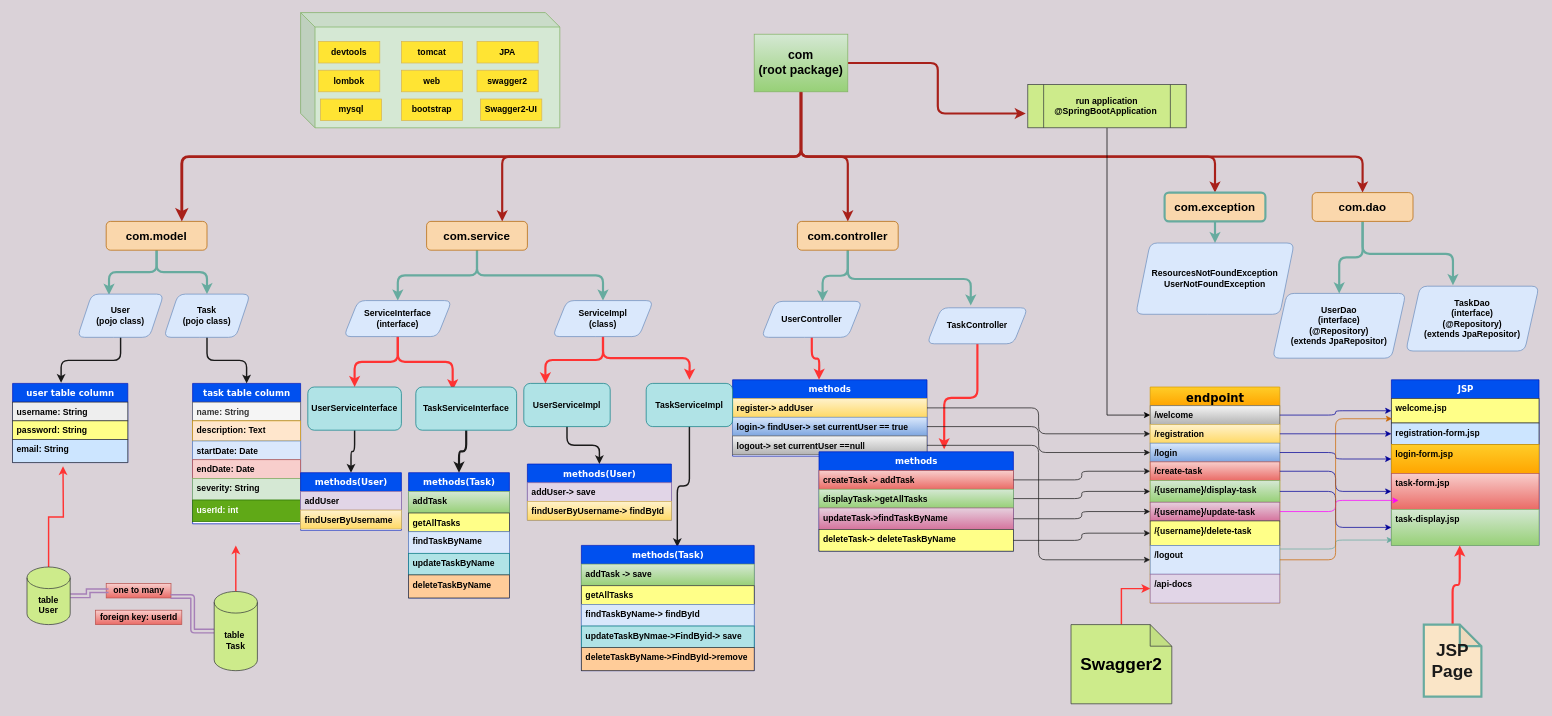
Before: Untitled Diagram.drawio in chefvivica/all-charts-repo, a draw.io diagram. Source tidied: cells renumbered, new cells numbered last; positions are measured from the earlier drawing's top-left corner, leaving out a move shared by most shapes. Both pictures are drawn from the tidied source at 72%, with x=0, y=0 at pixel (12, 12).
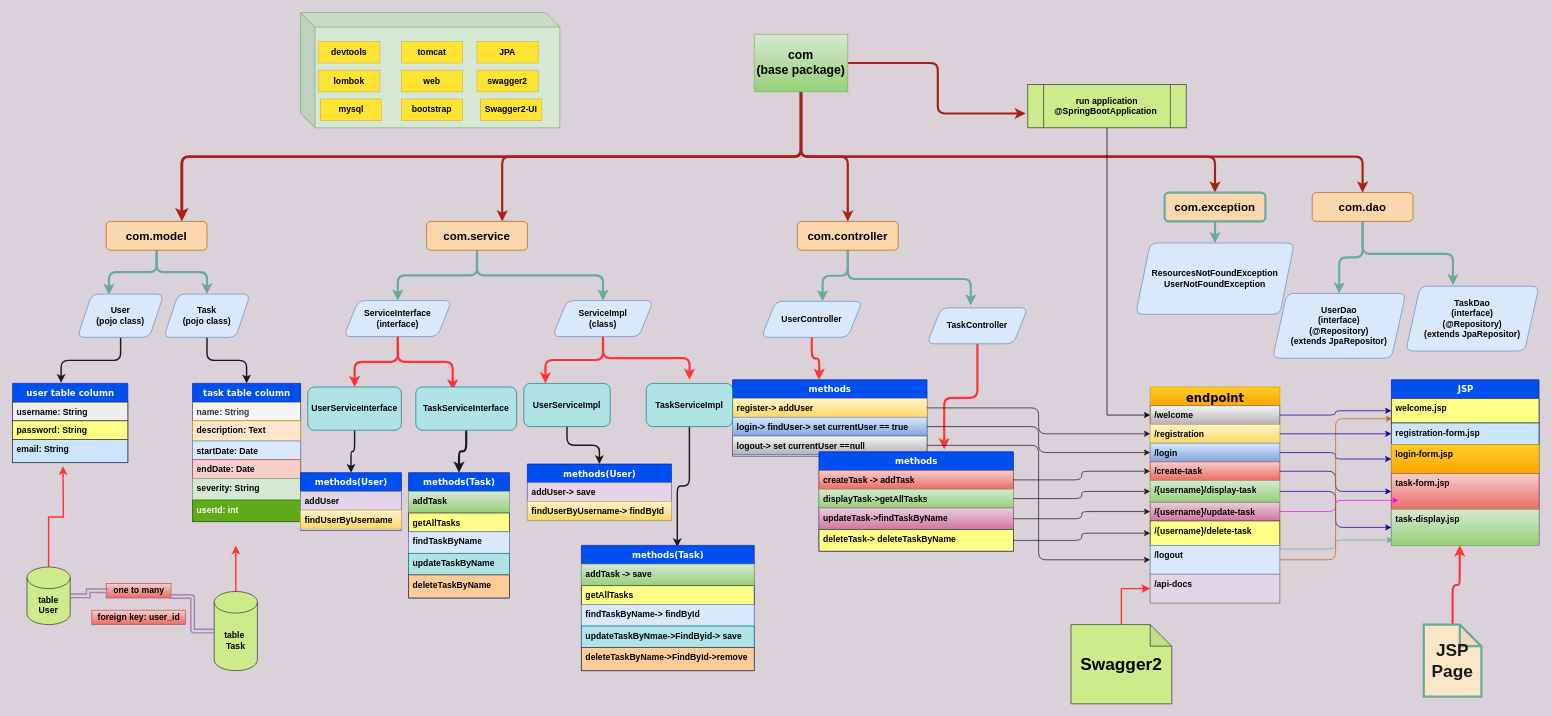
After the change.

What changed in the source:
```diff
@@
     <mxCell id="17" value="task table column" style="swimlane;html=1;fontStyle=1;align=center;verticalAlign=top;horizontal=1;startSize=26;swimlaneFillColor=#ffffff;rounded=0;shadow=0;comic=0;labelBackgroundColor=none;strokeWidth=1;fillColor=#0050ef;fontFamily=Verdana;fontSize=12;strokeColor=#001DBC;fontColor=#ffffff;" parent="1" vertex="1">
-      <mxGeometry x="250" y="515" width="150" height="195" as="geometry" />
+      <mxGeometry x="250" y="515" width="150" height="192" as="geometry" />
     </mxCell>
@@
-    <mxCell id="33" value="&lt;span&gt;&lt;font style=&quot;font-size: 17px&quot;&gt;com&lt;br&gt;(root package)&lt;br&gt;&lt;/font&gt;&lt;/span&gt;" style="whiteSpace=wrap;html=1;rounded=0;sketch=0;strokeColor=#82b366;fillColor=#d5e8d4;gradientColor=#97d077;fontStyle=1;" parent="1" vertex="1">
+    <mxCell id="33" value="&lt;span&gt;&lt;font style=&quot;font-size: 17px&quot;&gt;com&lt;br&gt;(base package)&lt;br&gt;&lt;/font&gt;&lt;/span&gt;" style="whiteSpace=wrap;html=1;rounded=0;sketch=0;strokeColor=#82b366;fillColor=#d5e8d4;gradientColor=#97d077;fontStyle=1;" parent="1" vertex="1">
       <mxGeometry x="1030" y="30" width="130" height="80" as="geometry" />
     </mxCell>
@@
-    <mxCell id="140" value="foreign key: userId" style="text;html=1;align=center;verticalAlign=middle;fillColor=#f8cecc;gradientColor=#ea6b66;strokeColor=#b85450;fontStyle=1;" parent="1" vertex="1">
-      <mxGeometry x="115" y="830" width="120" height="20" as="geometry" />
+    <mxCell id="140" value="foreign key: user_id" style="text;html=1;align=center;verticalAlign=middle;fillColor=#f8cecc;gradientColor=#ea6b66;strokeColor=#b85450;fontStyle=1;" parent="1" vertex="1">
+      <mxGeometry x="110" y="830" width="130" height="20" as="geometry" />
     </mxCell>
```
